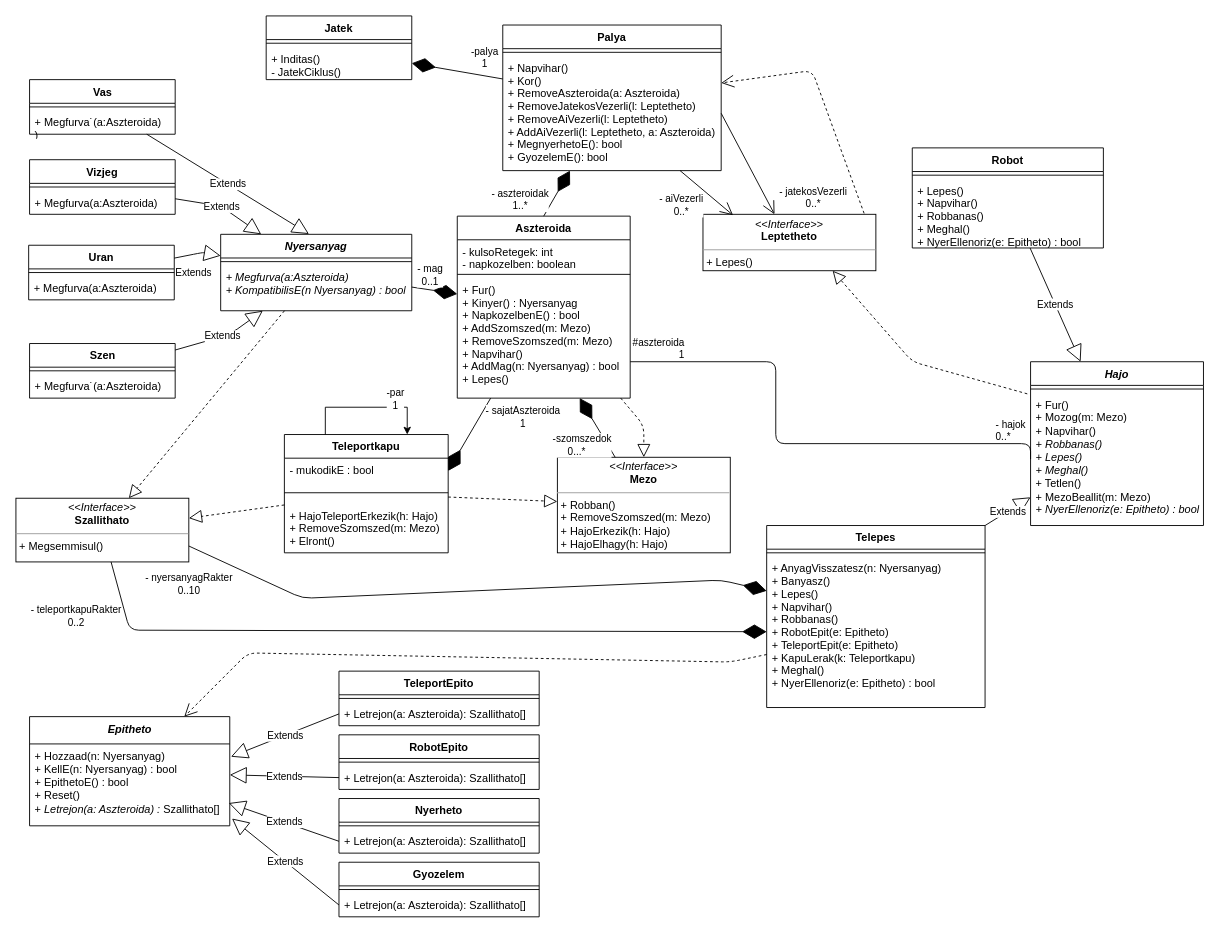
Above: doc/uml/class.drawio in torpeBoiGo/aszteroidabanyaszat (draw.io), before the change. Source tidied: cells renumbered, new cells numbered last; positions are measured from the earlier drawing's top-left corner, leaving out a move shared by most shapes. Both pictures are drawn from the tidied source at 91%, with x=0, y=0 at pixel (15, 15).
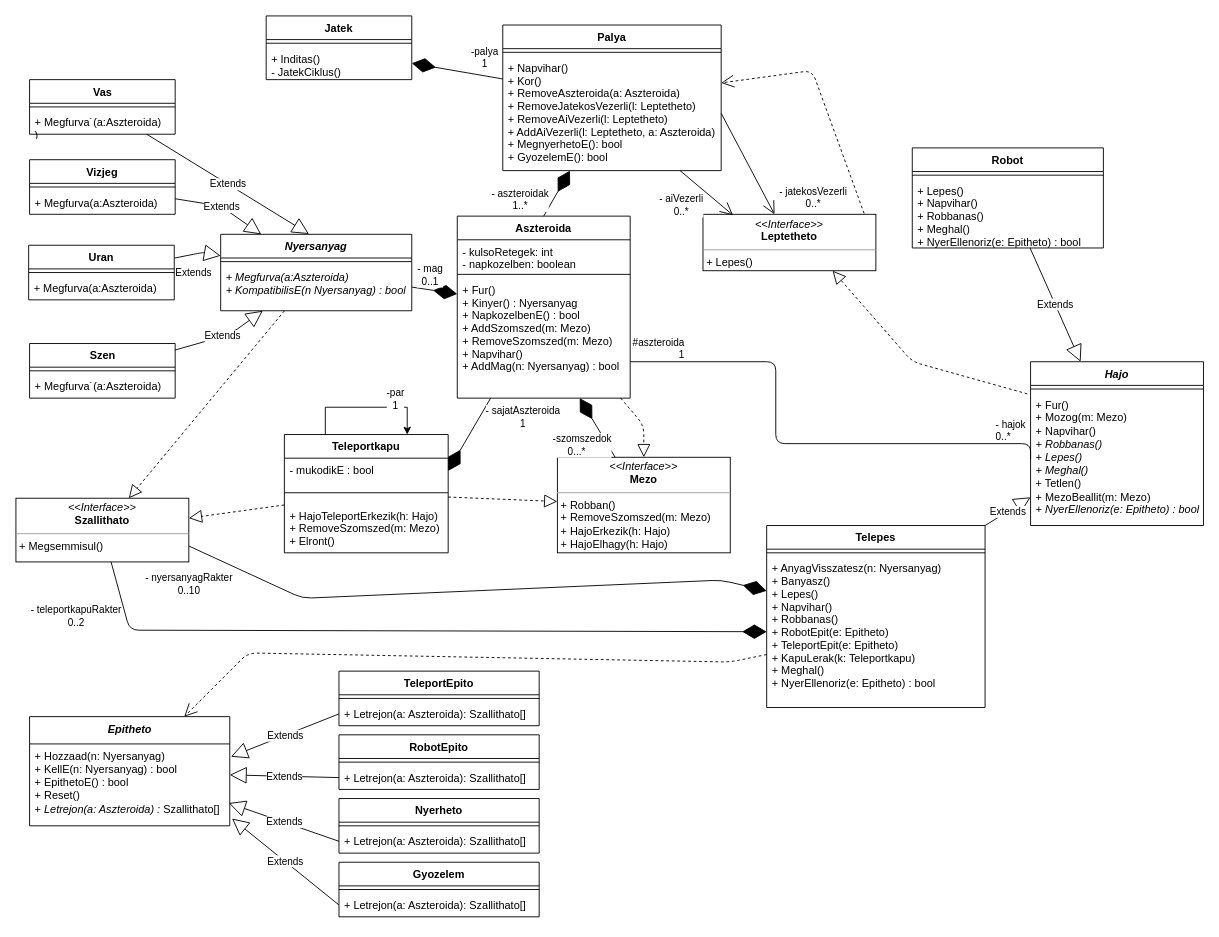
The same page after the edit.

Commit message:
Lepes kiszedve

Unchanged cells that the change refers to:
```xml
<mxCell id="9" value="Aszteroida" style="swimlane;fontStyle=1;align=center;verticalAlign=top;horizontal=1;startSize=26;" parent="1" vertex="1">
  <mxGeometry x="485" y="220" width="190" height="200" as="geometry" />
</mxCell>
```

What changed in the source:
```diff
@@
-    <mxCell id="12" value="+ Fur()&#10;+ Kinyer() : Nyersanyag&#10;+ NapkozelbenE() : bool&#10;+ AddSzomszed(m: Mezo)&#10;+ RemoveSzomszed(m: Mezo)&#10;+ Napvihar()&#10;+ AddMag(n: Nyersanyag) : bool&#10;+ Lepes()" style="text;strokeColor=none;fillColor=none;align=left;verticalAlign=top;spacingLeft=4;spacingRight=4;overflow=hidden;points=[[0,0.5],[1,0.5]];portConstraint=eastwest;" parent="9" vertex="1">
+    <mxCell id="12" value="+ Fur()&#10;+ Kinyer() : Nyersanyag&#10;+ NapkozelbenE() : bool&#10;+ AddSzomszed(m: Mezo)&#10;+ RemoveSzomszed(m: Mezo)&#10;+ Napvihar()&#10;+ AddMag(n: Nyersanyag) : bool" style="text;strokeColor=none;fillColor=none;align=left;verticalAlign=top;spacingLeft=4;spacingRight=4;overflow=hidden;points=[[0,0.5],[1,0.5]];portConstraint=eastwest;" parent="9" vertex="1">
       <mxGeometry y="68" width="190" height="132" as="geometry" />
     </mxCell>
```
